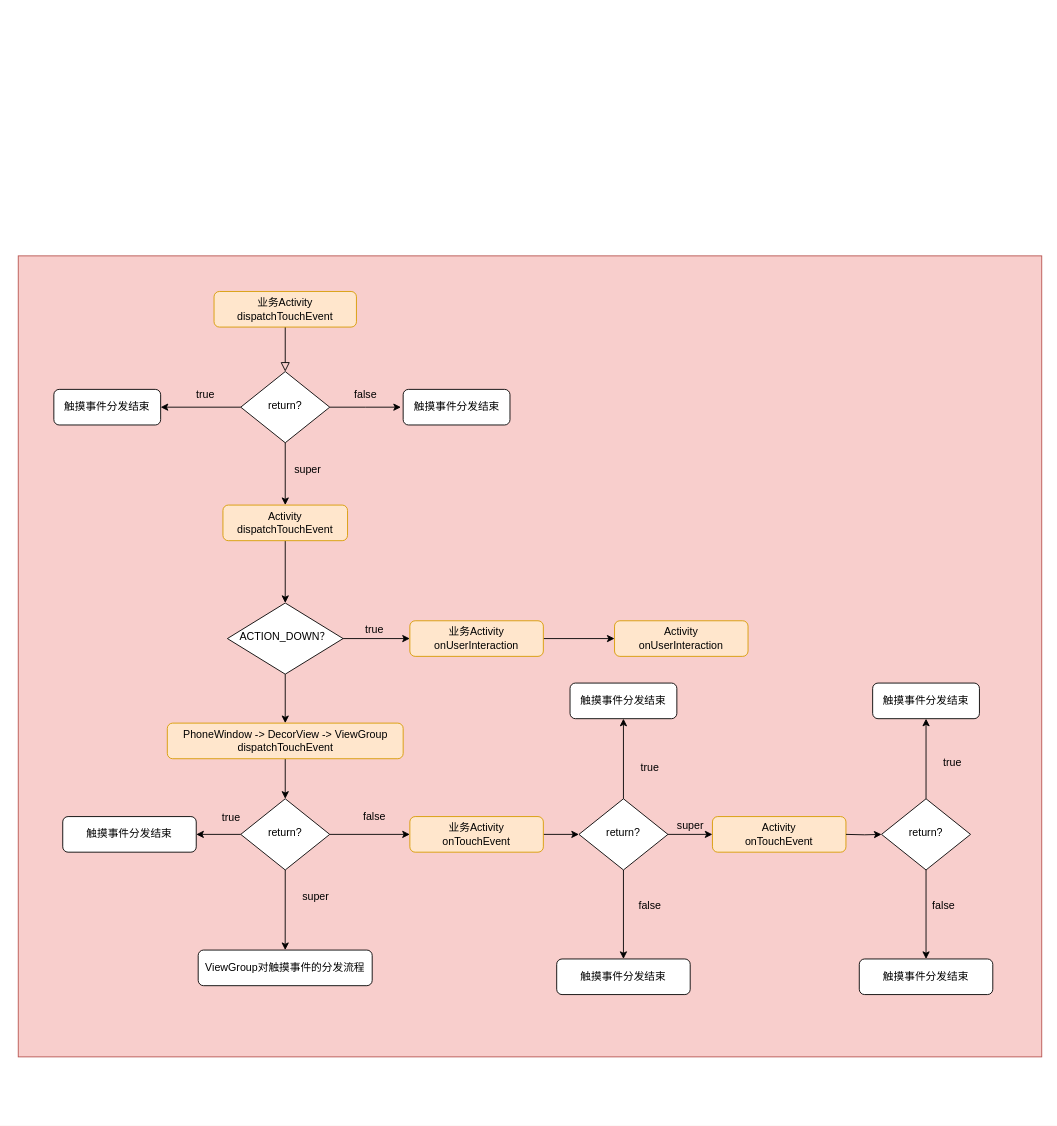
This is View/Untitled Diagram.drawio from chaozhouzhang/learning-summary, a draw.io file, before an edit. Source tidied: cells renumbered, new cells numbered last; positions are measured from the earlier drawing's top-left corner, leaving out a move shared by most shapes. Both pictures are drawn from the tidied source at 89%, with x=0, y=0 at pixel (18, 255).
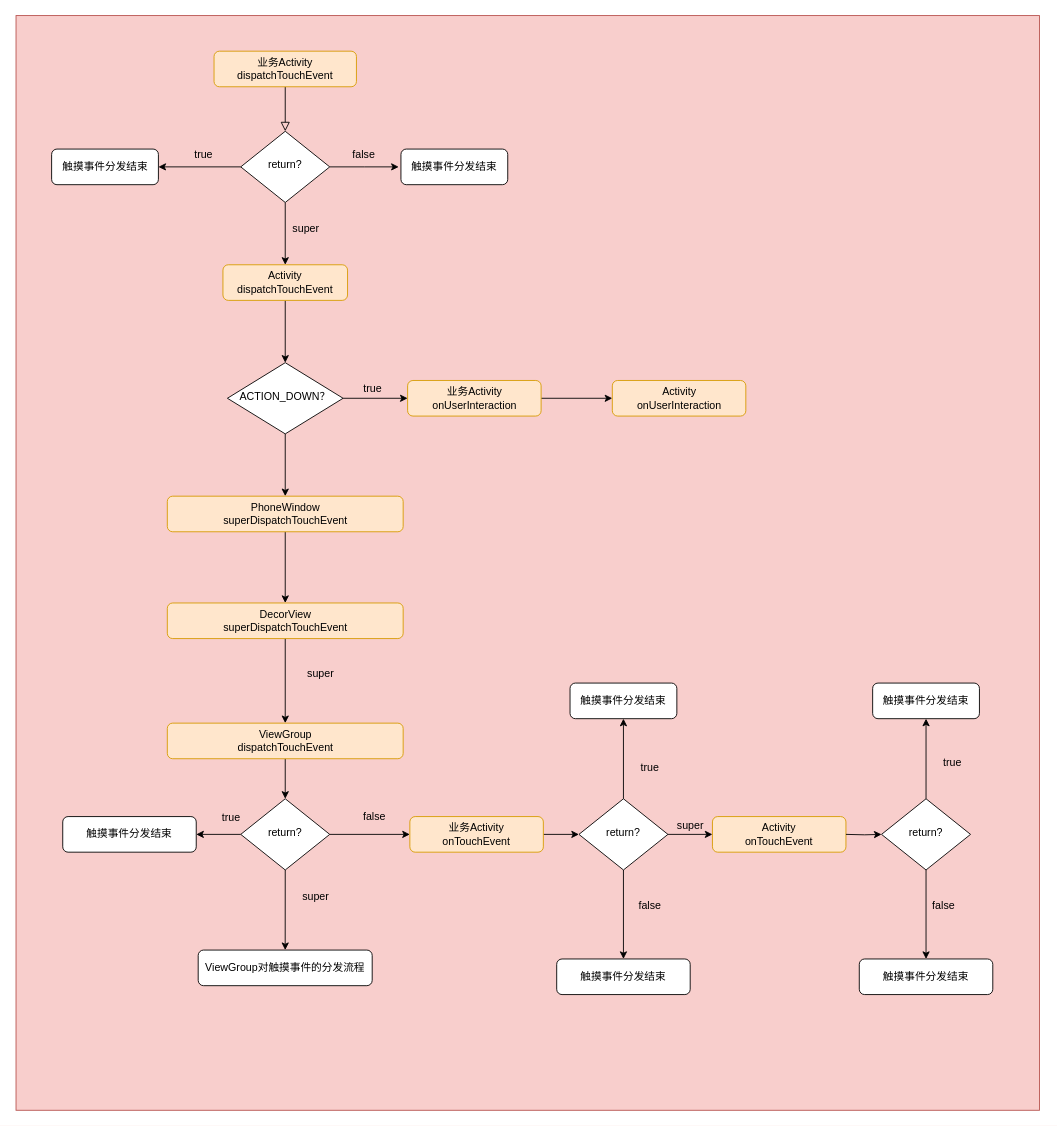
The same diagram, later.

What changed in the source:
```diff
@@
     <mxCell id="2" style="rounded=0;whiteSpace=wrap;html=1;fillColor=#f8cecc;strokeColor=#b85450;" parent="1" vertex="1">
-      <mxGeometry width="1150" height="900" as="geometry" />
+      <mxGeometry x="-2.5" y="-270" width="1150" height="1230" as="geometry" />
     </mxCell>
@@
     <mxCell id="4" value="业务Activity&lt;br&gt;dispatchTouchEvent" style="rounded=1;whiteSpace=wrap;html=1;fontSize=12;glass=0;strokeWidth=1;shadow=0;fillColor=#ffe6cc;strokeColor=#d79b00;" parent="1" vertex="1">
-      <mxGeometry x="220" y="40" width="160" height="40" as="geometry" />
+      <mxGeometry x="220" y="-230" width="160" height="40" as="geometry" />
     </mxCell>
@@
     <mxCell id="7" style="edgeStyle=orthogonalEdgeStyle;rounded=0;jettySize=auto;html=1;" parent="1" edge="1" source="8">
       <mxGeometry relative="1" as="geometry">
-        <mxPoint x="430" y="170" as="targetPoint" />
+        <mxPoint x="427.5" y="-100" as="targetPoint" />
       </mxGeometry>
     </mxCell>
     <mxCell id="8" value="return?" style="rhombus;whiteSpace=wrap;html=1;shadow=0;fontFamily=Helvetica;fontSize=12;align=center;strokeWidth=1;spacing=6;spacingTop=-4;" parent="1" vertex="1">
-      <mxGeometry x="250" y="130" width="100" height="80" as="geometry" />
+      <mxGeometry x="250" y="-140" width="100" height="80" as="geometry" />
     </mxCell>
-    <mxCell id="9" style="edgeStyle=orthogonalEdgeStyle;rounded=0;jettySize=auto;html=1;" parent="1" edge="1" source="11" target="13">
+    <mxCell id="9" style="edgeStyle=orthogonalEdgeStyle;rounded=0;jettySize=auto;html=1;exitX=0.5;exitY=1;exitDx=0;exitDy=0;" parent="1" edge="1" source="57" target="13">
       <mxGeometry relative="1" as="geometry" />
     </mxCell>
@@
+    <mxCell id="54" style="edgeStyle=orthogonalEdgeStyle;rounded=0;jettySize=auto;html=1;" parent="1" edge="1" source="11" target="56">
+      <mxGeometry relative="1" as="geometry" />
+    </mxCell>
     <mxCell id="11" value="ACTION_DOWN？" style="rhombus;whiteSpace=wrap;html=1;shadow=0;fontFamily=Helvetica;fontSize=12;align=center;strokeWidth=1;spacing=6;spacingTop=-4;" parent="1" vertex="1">
-      <mxGeometry x="235" y="390" width="130" height="80" as="geometry" />
+      <mxGeometry x="235" y="120" width="130" height="80" as="geometry" />
     </mxCell>
@@
-    <mxCell id="13" value="PhoneWindow -&amp;gt; DecorView -&amp;gt; ViewGroup&lt;br&gt;dispatchTouchEvent" style="rounded=1;whiteSpace=wrap;html=1;fontSize=12;glass=0;strokeWidth=1;shadow=0;fillColor=#ffe6cc;strokeColor=#d79b00;" parent="1" vertex="1">
+    <mxCell id="13" value="ViewGroup&lt;br&gt;dispatchTouchEvent" style="rounded=1;whiteSpace=wrap;html=1;fontSize=12;glass=0;strokeWidth=1;shadow=0;fillColor=#ffe6cc;strokeColor=#d79b00;" parent="1" vertex="1">
       <mxGeometry x="167.5" y="525" width="265" height="40" as="geometry" />
     </mxCell>
@@
     <mxCell id="15" value="业务Activity&lt;br&gt;onUserInteraction" style="rounded=1;whiteSpace=wrap;html=1;fontSize=12;glass=0;strokeWidth=1;shadow=0;fillColor=#ffe6cc;strokeColor=#d79b00;" parent="1" vertex="1">
-      <mxGeometry x="440" y="410" width="150" height="40" as="geometry" />
+      <mxGeometry x="437.5" y="140" width="150" height="40" as="geometry" />
     </mxCell>
     <mxCell id="16" value="Activity&lt;br&gt;onUserInteraction" style="rounded=1;whiteSpace=wrap;html=1;fontSize=12;glass=0;strokeWidth=1;shadow=0;fillColor=#ffe6cc;strokeColor=#d79b00;" parent="1" vertex="1">
-      <mxGeometry x="670" y="410" width="150" height="40" as="geometry" />
+      <mxGeometry x="667.5" y="140" width="150" height="40" as="geometry" />
     </mxCell>
     <mxCell id="17" value="触摸事件分发结束" style="rounded=1;whiteSpace=wrap;html=1;fontSize=12;glass=0;strokeWidth=1;shadow=0;" parent="1" vertex="1">
-      <mxGeometry x="40" y="150" width="120" height="40" as="geometry" />
+      <mxGeometry x="37.5" y="-120" width="120" height="40" as="geometry" />
     </mxCell>
     <mxCell id="18" value="true" style="text;html=1;align=center;verticalAlign=middle;" parent="1" vertex="1">
-      <mxGeometry x="190" y="146" width="40" height="20" as="geometry" />
+      <mxGeometry x="187.5" y="-124" width="40" height="20" as="geometry" />
     </mxCell>
     <mxCell id="19" value="false" style="text;html=1;align=center;verticalAlign=middle;" parent="1" vertex="1">
-      <mxGeometry x="370" y="146" width="40" height="20" as="geometry" />
+      <mxGeometry x="367.5" y="-124" width="40" height="20" as="geometry" />
     </mxCell>
@@
     <mxCell id="21" value="Activity&lt;br&gt;dispatchTouchEvent" style="rounded=1;whiteSpace=wrap;html=1;fontSize=12;glass=0;strokeWidth=1;shadow=0;fillColor=#ffe6cc;strokeColor=#d79b00;" parent="1" vertex="1">
-      <mxGeometry x="230" y="280" width="140" height="40" as="geometry" />
+      <mxGeometry x="230" y="10" width="140" height="40" as="geometry" />
     </mxCell>
@@
     <mxCell id="28" value="super" style="text;html=1;align=center;verticalAlign=middle;" parent="1" vertex="1">
-      <mxGeometry x="300" y="230" width="50" height="20" as="geometry" />
+      <mxGeometry x="297.5" y="-40" width="50" height="20" as="geometry" />
     </mxCell>
@@
     <mxCell id="30" value="true" style="text;html=1;align=center;verticalAlign=middle;" parent="1" vertex="1">
-      <mxGeometry x="380" y="410" width="40" height="20" as="geometry" />
+      <mxGeometry x="377.5" y="140" width="40" height="20" as="geometry" />
     </mxCell>
@@
     <mxCell id="48" value="触摸事件分发结束" style="rounded=1;whiteSpace=wrap;html=1;fontSize=12;glass=0;strokeWidth=1;shadow=0;" parent="1" vertex="1">
-      <mxGeometry x="432.5" y="150" width="120" height="40" as="geometry" />
+      <mxGeometry x="430" y="-120" width="120" height="40" as="geometry" />
     </mxCell>
@@
+    <mxCell id="55" style="edgeStyle=orthogonalEdgeStyle;rounded=0;jettySize=auto;html=1;entryX=0.5;entryY=0;entryDx=0;entryDy=0;" parent="1" edge="1" source="56" target="57">
+      <mxGeometry relative="1" as="geometry" />
+    </mxCell>
+    <mxCell id="56" value="PhoneWindow&lt;br&gt;superDispatchTouchEvent" style="rounded=1;whiteSpace=wrap;html=1;fontSize=12;glass=0;strokeWidth=1;shadow=0;fillColor=#ffe6cc;strokeColor=#d79b00;" parent="1" vertex="1">
+      <mxGeometry x="167.5" y="270" width="265" height="40" as="geometry" />
+    </mxCell>
+    <mxCell id="57" value="DecorView&lt;br&gt;superDispatchTouchEvent" style="rounded=1;whiteSpace=wrap;html=1;fontSize=12;glass=0;strokeWidth=1;shadow=0;fillColor=#ffe6cc;strokeColor=#d79b00;" parent="1" vertex="1">
+      <mxGeometry x="167.5" y="390" width="265" height="40" as="geometry" />
+    </mxCell>
+    <mxCell id="58" value="super" style="text;html=1;strokeColor=none;fillColor=none;align=center;verticalAlign=middle;whiteSpace=wrap;rounded=0;" parent="1" vertex="1">
+      <mxGeometry x="319.5" y="460" width="40" height="20" as="geometry" />
+    </mxCell>
```
